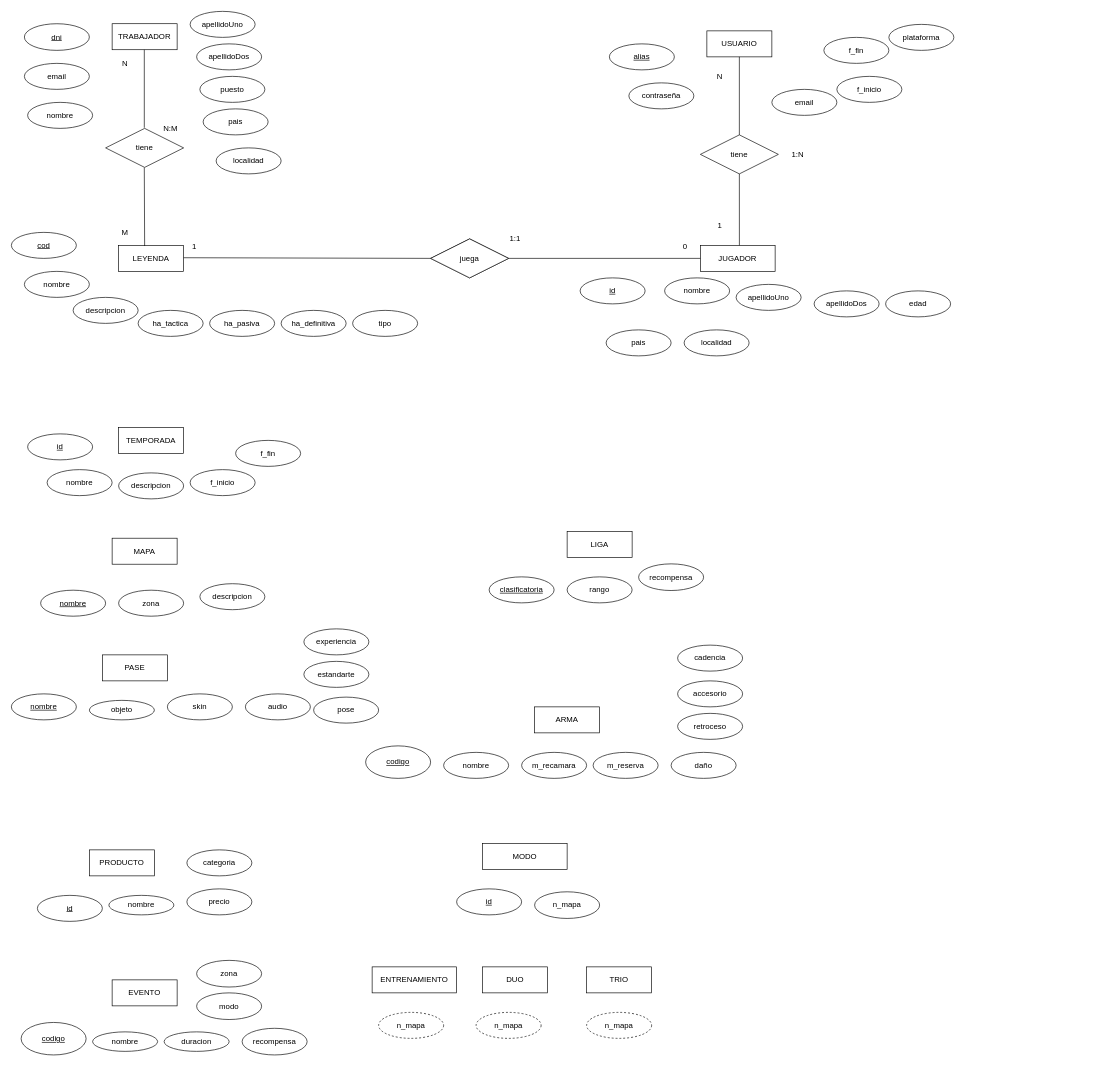
Earlier version of the draw.io diagram modelo_entidad_relacion/modelo_entidad_relacion.drawio (raulgp97/base_de_datos_apex_leyends). Source tidied: cells renumbered, new cells numbered last; positions are measured from the earlier drawing's top-left corner, leaving out a move shared by most shapes. Both pictures are drawn from the tidied source at 65%, with x=0, y=0 at pixel (11, 11).
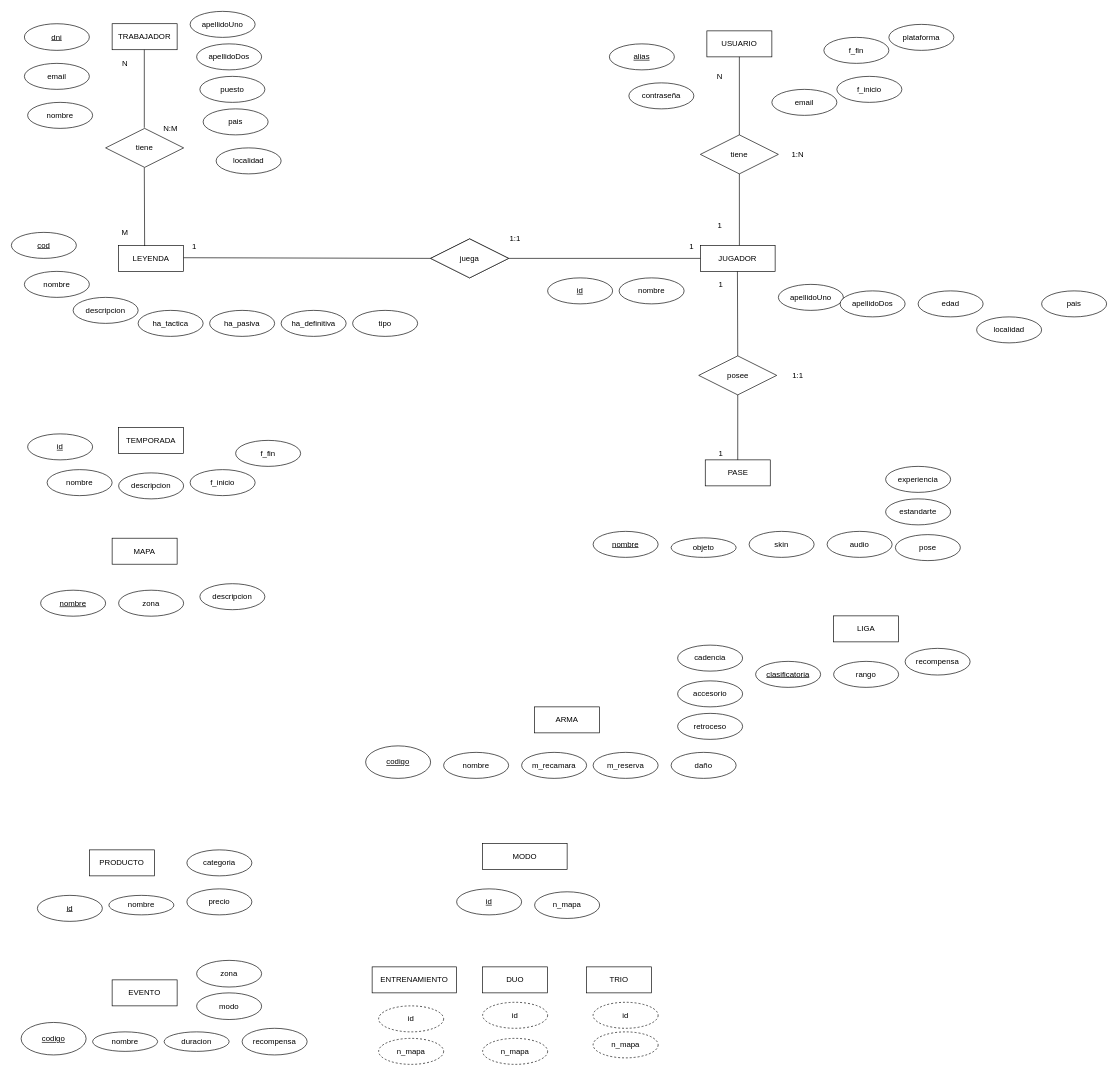
The same page after the edit.

Unchanged cells that the change refers to:
```xml
<mxCell id="94" style="endArrow=none;html=1;rounded=0;entryX=0;entryY=0.5;entryDx=0;entryDy=0;exitX=1;exitY=0.5;exitDx=0;exitDy=0;" parent="1" edge="1" source="92" target="22">
  <mxGeometry relative="1" as="geometry" />
</mxCell>
```

Diff of the diagram source:
```diff
@@
     <mxCell id="7" value="PASE" style="whiteSpace=wrap;html=1;align=center;" parent="1" vertex="1">
-      <mxGeometry x="140" y="990" width="100" height="40" as="geometry" />
+      <mxGeometry x="1067.5" y="690" width="100" height="40" as="geometry" />
     </mxCell>
     <mxCell id="8" value="LIGA" style="whiteSpace=wrap;html=1;align=center;" parent="1" vertex="1">
-      <mxGeometry x="855" y="800" width="100" height="40" as="geometry" />
+      <mxGeometry x="1265" y="930" width="100" height="40" as="geometry" />
     </mxCell>
@@
     <mxCell id="15" value="apellidoUno" style="ellipse;whiteSpace=wrap;html=1;align=center;" parent="1" vertex="1">
-      <mxGeometry x="1115" y="420" width="100" height="40" as="geometry" />
+      <mxGeometry x="1180" y="420" width="100" height="40" as="geometry" />
     </mxCell>
     <mxCell id="16" value="apellidoDos" style="ellipse;whiteSpace=wrap;html=1;align=center;" parent="1" vertex="1">
-      <mxGeometry x="1235" y="430" width="100" height="40" as="geometry" />
+      <mxGeometry x="1275" y="430" width="100" height="40" as="geometry" />
     </mxCell>
     <mxCell id="17" value="nombre" style="ellipse;whiteSpace=wrap;html=1;align=center;" parent="1" vertex="1">
-      <mxGeometry x="1005" y="410" width="100" height="40" as="geometry" />
+      <mxGeometry x="935" y="410" width="100" height="40" as="geometry" />
     </mxCell>
@@
     <mxCell id="24" value="edad" style="ellipse;whiteSpace=wrap;html=1;align=center;" parent="1" vertex="1">
-      <mxGeometry x="1345" y="430" width="100" height="40" as="geometry" />
+      <mxGeometry x="1395" y="430" width="100" height="40" as="geometry" />
     </mxCell>
     <mxCell id="25" value="id" style="ellipse;whiteSpace=wrap;html=1;align=center;fontStyle=4;" parent="1" vertex="1">
-      <mxGeometry x="875" y="410" width="100" height="40" as="geometry" />
+      <mxGeometry x="825" y="410" width="100" height="40" as="geometry" />
     </mxCell>
@@
     <mxCell id="35" value="pais" style="ellipse;whiteSpace=wrap;html=1;align=center;" parent="1" vertex="1">
-      <mxGeometry x="915" y="490" width="100" height="40" as="geometry" />
+      <mxGeometry x="1585" y="430" width="100" height="40" as="geometry" />
     </mxCell>
     <mxCell id="36" value="localidad" style="ellipse;whiteSpace=wrap;html=1;align=center;" parent="1" vertex="1">
-      <mxGeometry x="1035" y="490" width="100" height="40" as="geometry" />
+      <mxGeometry x="1485" y="470" width="100" height="40" as="geometry" />
     </mxCell>
@@
     <mxCell id="52" value="nombre" style="ellipse;whiteSpace=wrap;html=1;align=center;fontStyle=4;" parent="1" vertex="1">
-      <mxGeometry y="1050" width="100" height="40" as="geometry" />
+      <mxGeometry x="895" y="800" width="100" height="40" as="geometry" />
     </mxCell>
     <mxCell id="53" value="objeto" style="ellipse;whiteSpace=wrap;html=1;align=center;" parent="1" vertex="1">
-      <mxGeometry x="120" y="1060" width="100" height="30" as="geometry" />
+      <mxGeometry x="1015" y="810" width="100" height="30" as="geometry" />
     </mxCell>
     <mxCell id="54" value="skin" style="ellipse;whiteSpace=wrap;html=1;align=center;" parent="1" vertex="1">
-      <mxGeometry x="240" y="1050" width="100" height="40" as="geometry" />
+      <mxGeometry x="1135" y="800" width="100" height="40" as="geometry" />
     </mxCell>
     <mxCell id="55" value="audio" style="ellipse;whiteSpace=wrap;html=1;align=center;" parent="1" vertex="1">
-      <mxGeometry x="360" y="1050" width="100" height="40" as="geometry" />
+      <mxGeometry x="1255" y="800" width="100" height="40" as="geometry" />
     </mxCell>
     <mxCell id="56" value="pose" style="ellipse;whiteSpace=wrap;html=1;align=center;" parent="1" vertex="1">
-      <mxGeometry x="465" y="1055" width="100" height="40" as="geometry" />
+      <mxGeometry x="1360" y="805" width="100" height="40" as="geometry" />
     </mxCell>
     <mxCell id="57" value="estandarte" style="ellipse;whiteSpace=wrap;html=1;align=center;" parent="1" vertex="1">
-      <mxGeometry x="450" y="1000" width="100" height="40" as="geometry" />
+      <mxGeometry x="1345" y="750" width="100" height="40" as="geometry" />
     </mxCell>
     <mxCell id="58" value="experiencia" style="ellipse;whiteSpace=wrap;html=1;align=center;" parent="1" vertex="1">
-      <mxGeometry x="450" y="950" width="100" height="40" as="geometry" />
+      <mxGeometry x="1345" y="700" width="100" height="40" as="geometry" />
     </mxCell>
     <mxCell id="59" value="rango" style="ellipse;whiteSpace=wrap;html=1;align=center;" parent="1" vertex="1">
-      <mxGeometry x="855" y="870" width="100" height="40" as="geometry" />
+      <mxGeometry x="1265" y="1000" width="100" height="40" as="geometry" />
     </mxCell>
     <mxCell id="60" value="clasificatoria" style="ellipse;whiteSpace=wrap;html=1;align=center;fontStyle=4;" parent="1" vertex="1">
-      <mxGeometry x="735" y="870" width="100" height="40" as="geometry" />
+      <mxGeometry x="1145" y="1000" width="100" height="40" as="geometry" />
     </mxCell>
     <mxCell id="61" value="recompensa" style="ellipse;whiteSpace=wrap;html=1;align=center;" parent="1" vertex="1">
-      <mxGeometry x="965" y="850" width="100" height="41" as="geometry" />
+      <mxGeometry x="1375" y="980" width="100" height="41" as="geometry" />
     </mxCell>
@@
     <mxCell id="83" value="n_mapa" style="ellipse;whiteSpace=wrap;html=1;align=center;dashed=1;" parent="1" vertex="1">
-      <mxGeometry x="565" y="1540" width="100" height="40" as="geometry" />
+      <mxGeometry x="565" y="1580" width="100" height="40" as="geometry" />
     </mxCell>
     <mxCell id="84" value="n_mapa" style="ellipse;whiteSpace=wrap;html=1;align=center;dashed=1;" parent="1" vertex="1">
-      <mxGeometry x="885" y="1540" width="100" height="40" as="geometry" />
+      <mxGeometry x="895" y="1570" width="100" height="40" as="geometry" />
     </mxCell>
     <mxCell id="85" value="n_mapa" style="ellipse;whiteSpace=wrap;html=1;align=center;dashed=1;" parent="1" vertex="1">
-      <mxGeometry x="715" y="1540" width="100" height="40" as="geometry" />
+      <mxGeometry x="725" y="1580" width="100" height="40" as="geometry" />
     </mxCell>
@@
-    <mxCell id="95" value="0" style="html=1;align=right;verticalAlign=bottom;" parent="94" vertex="1">
+    <mxCell id="95" value="1" style="html=1;align=right;verticalAlign=bottom;" parent="94" vertex="1">
       <mxGeometry x="1" relative="1" as="geometry">
-        <mxPoint x="-20" y="-10" as="offset" />
+        <mxPoint x="-10" y="-10" as="offset" />
       </mxGeometry>
     </mxCell>
@@
+    <mxCell id="105" value="id" style="ellipse;whiteSpace=wrap;html=1;align=center;dashed=1;" parent="1" vertex="1">
+      <mxGeometry x="565" y="1530" width="100" height="40" as="geometry" />
+    </mxCell>
+    <mxCell id="106" value="id" style="ellipse;whiteSpace=wrap;html=1;align=center;dashed=1;" parent="1" vertex="1">
+      <mxGeometry x="725" y="1524.5" width="100" height="40" as="geometry" />
+    </mxCell>
+    <mxCell id="107" value="id" style="ellipse;whiteSpace=wrap;html=1;align=center;dashed=1;" parent="1" vertex="1">
+      <mxGeometry x="895" y="1524.5" width="100" height="40" as="geometry" />
+    </mxCell>
+    <mxCell id="108" value="posee" style="shape=rhombus;perimeter=rhombusPerimeter;whiteSpace=wrap;html=1;align=center;" parent="1" vertex="1">
+      <mxGeometry x="1057.5" y="530" width="120" height="60" as="geometry" />
+    </mxCell>
+    <mxCell id="109" style="endArrow=none;html=1;rounded=0;exitX=0.5;exitY=0;exitDx=0;exitDy=0;entryX=0.5;entryY=1;entryDx=0;entryDy=0;" parent="1" edge="1" source="7" target="108">
+      <mxGeometry relative="1" as="geometry" />
+    </mxCell>
+    <mxCell id="110" style="endArrow=none;html=1;rounded=0;exitX=0.5;exitY=0;exitDx=0;exitDy=0;" parent="1" edge="1" source="108">
+      <mxGeometry relative="1" as="geometry">
+        <mxPoint x="1117" y="400" as="targetPoint" />
+      </mxGeometry>
+    </mxCell>
+    <mxCell id="111" value="1:1" style="text;html=1;strokeColor=none;fillColor=none;align=center;verticalAlign=middle;whiteSpace=wrap;rounded=0;" parent="1" vertex="1">
+      <mxGeometry x="1190" y="550" width="40" height="20" as="geometry" />
+    </mxCell>
+    <mxCell id="112" value="1" style="html=1;align=right;verticalAlign=bottom;" parent="1" vertex="1">
+      <mxGeometry x="1050" y="350" as="geometry">
+        <mxPoint x="45" y="78" as="offset" />
+      </mxGeometry>
+    </mxCell>
+    <mxCell id="113" value="1" style="html=1;align=right;verticalAlign=bottom;" parent="1" vertex="1">
+      <mxGeometry x="1050" y="610" as="geometry">
+        <mxPoint x="45" y="78" as="offset" />
+      </mxGeometry>
+    </mxCell>
```
